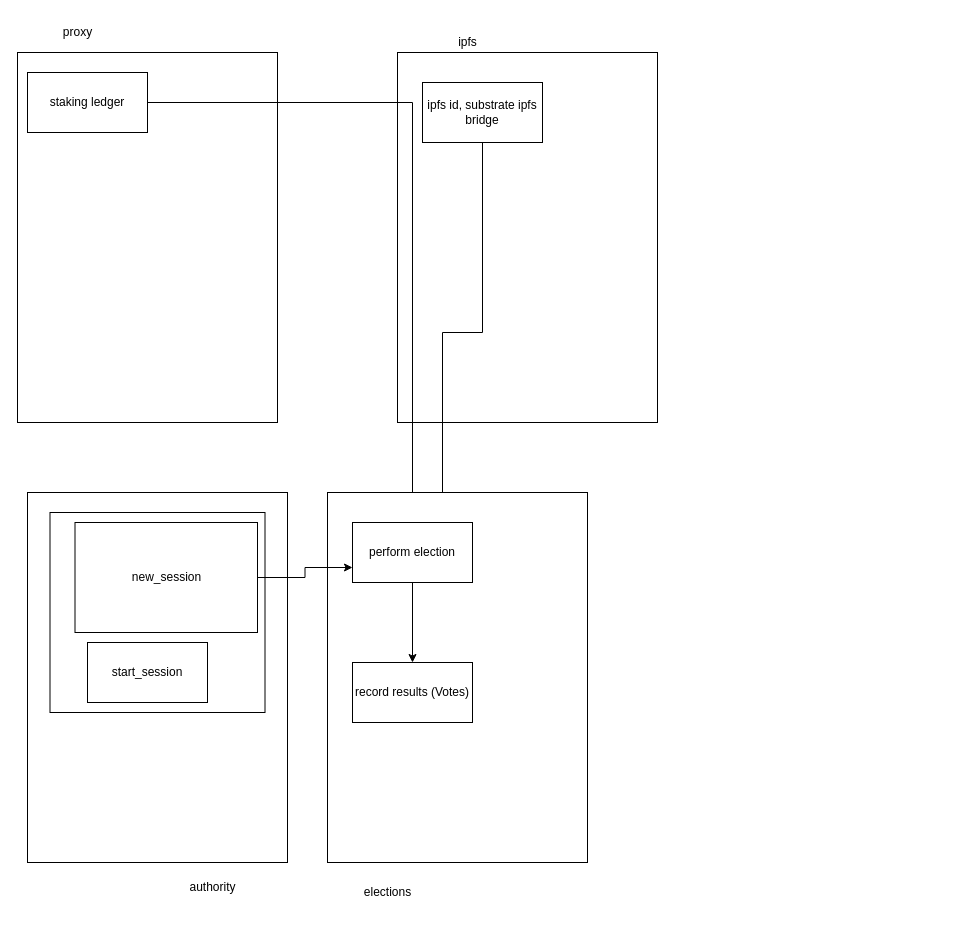
Above: docs/diagrams/sketch.drawio in ideal-lab5/iris (draw.io), before the change. Source tidied: cells renumbered, new cells numbered last; positions are measured from the earlier drawing's top-left corner, leaving out a move shared by most shapes. Both pictures are drawn from the tidied source at 100%, with x=0, y=0 at pixel (17, 17).
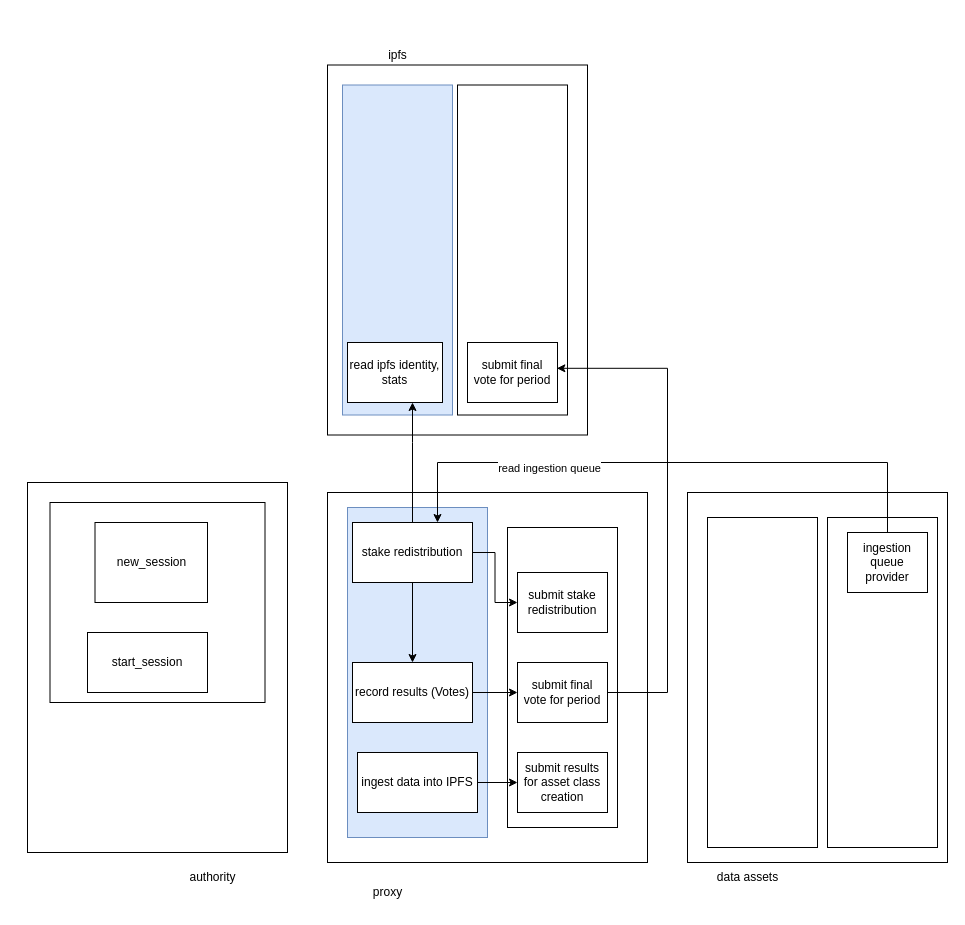
After the change.

The change refers to these unchanged cells:
```xml
<mxCell id="19" value="record results (Votes)" style="whiteSpace=wrap;html=1;" parent="1" vertex="1">
  <mxGeometry x="335" y="645" width="120" height="60" as="geometry" />
</mxCell>
```

What changed in the source:
```diff
@@
-    <mxCell id="2" style="rounded=0;whiteSpace=wrap;html=1;" parent="1" vertex="1">
-      <mxGeometry y="35" width="260" height="370" as="geometry" />
-    </mxCell>
     <mxCell id="3" style="rounded=0;whiteSpace=wrap;html=1;" parent="1" vertex="1">
-      <mxGeometry x="380" y="35" width="260" height="370" as="geometry" />
+      <mxGeometry x="310" y="47.5" width="260" height="370" as="geometry" />
     </mxCell>
-    <mxCell id="4" value="proxy" style="text;html=1;align=center;verticalAlign=middle;strokeColor=none;fillColor=none;" parent="1" vertex="1">
-      <mxGeometry x="35" width="50" height="30" as="geometry" />
-    </mxCell>
     <mxCell id="5" value="ipfs" style="text;html=1;align=center;verticalAlign=middle;strokeColor=none;fillColor=none;" parent="1" vertex="1">
-      <mxGeometry x="430" y="10" width="40" height="30" as="geometry" />
+      <mxGeometry x="360" y="22.5" width="40" height="30" as="geometry" />
     </mxCell>
     <mxCell id="6" style="rounded=0;whiteSpace=wrap;html=1;" parent="1" vertex="1">
-      <mxGeometry x="10" y="475" width="260" height="370" as="geometry" />
+      <mxGeometry x="10" y="465" width="260" height="370" as="geometry" />
     </mxCell>
     <mxCell id="7" value="authority" style="text;html=1;align=center;verticalAlign=middle;strokeColor=none;fillColor=none;" parent="1" vertex="1">
-      <mxGeometry x="160" y="855" width="70" height="30" as="geometry" />
+      <mxGeometry x="160" y="845" width="70" height="30" as="geometry" />
     </mxCell>
     <mxCell id="8" style="rounded=0;whiteSpace=wrap;html=1;" parent="1" vertex="1">
-      <mxGeometry x="32.5" y="495" width="215" height="200" as="geometry" />
+      <mxGeometry x="32.5" y="485" width="215" height="200" as="geometry" />
     </mxCell>
     <mxCell id="9" value="new_session" style="rounded=0;whiteSpace=wrap;html=1;" parent="1" vertex="1">
-      <mxGeometry x="57.5" y="505" width="182.5" height="110" as="geometry" />
+      <mxGeometry x="77.5" y="505" width="112.5" height="80" as="geometry" />
     </mxCell>
     <mxCell id="10" value="start_session" style="rounded=0;whiteSpace=wrap;html=1;" parent="1" vertex="1">
-      <mxGeometry x="70" y="625" width="120" height="60" as="geometry" />
+      <mxGeometry x="70" y="615" width="120" height="60" as="geometry" />
     </mxCell>
-    <mxCell id="11" style="edgeStyle=orthogonalEdgeStyle;rounded=0;jettySize=auto;html=1;entryX=0.75;entryY=0;entryDx=0;entryDy=0;" parent="1" edge="1" source="12" target="18">
-      <mxGeometry relative="1" as="geometry" />
-    </mxCell>
-    <mxCell id="12" value="ipfs id, substrate ipfs bridge" style="rounded=0;whiteSpace=wrap;html=1;" parent="1" vertex="1">
-      <mxGeometry x="405" y="65" width="120" height="60" as="geometry" />
-    </mxCell>
-    <mxCell id="13" style="edgeStyle=orthogonalEdgeStyle;rounded=0;jettySize=auto;html=1;" parent="1" edge="1" source="14" target="18">
-      <mxGeometry relative="1" as="geometry" />
-    </mxCell>
-    <mxCell id="14" value="staking ledger" style="rounded=0;whiteSpace=wrap;html=1;" parent="1" vertex="1">
-      <mxGeometry x="10" y="55" width="120" height="60" as="geometry" />
-    </mxCell>
     <mxCell id="15" style="rounded=0;whiteSpace=wrap;html=1;" parent="1" vertex="1">
-      <mxGeometry x="310" y="475" width="260" height="370" as="geometry" />
+      <mxGeometry x="310" y="475" width="320" height="370" as="geometry" />
     </mxCell>
-    <mxCell id="16" value="elections" style="text;html=1;align=center;verticalAlign=middle;strokeColor=none;fillColor=none;" parent="1" vertex="1">
-      <mxGeometry x="335" y="860" width="70" height="30" as="geometry" />
+    <mxCell id="16" value="proxy" style="text;html=1;align=center;verticalAlign=middle;strokeColor=none;fillColor=none;" parent="1" vertex="1">
+      <mxGeometry x="345" y="860" width="50" height="30" as="geometry" />
     </mxCell>
@@
+    <mxCell id="21" style="rounded=0;whiteSpace=wrap;html=1;fillColor=#dae8fc;strokeColor=#6c8ebf;" parent="1" vertex="1">
+      <mxGeometry x="330" y="490" width="140" height="330" as="geometry" />
+    </mxCell>
+    <mxCell id="22" style="rounded=0;whiteSpace=wrap;html=1;fillColor=#dae8fc;strokeColor=#6c8ebf;" parent="1" vertex="1">
+      <mxGeometry x="325" y="67.5" width="110" height="330" as="geometry" />
+    </mxCell>
+    <mxCell id="23" style="rounded=0;whiteSpace=wrap;html=1;" parent="1" vertex="1">
+      <mxGeometry x="440" y="67.5" width="110" height="330" as="geometry" />
+    </mxCell>
+    <mxCell id="24" style="edgeStyle=orthogonalEdgeStyle;rounded=0;jettySize=auto;html=1;" parent="1" edge="1" source="18" target="26">
+      <mxGeometry relative="1" as="geometry">
+        <Array as="points">
+          <mxPoint x="395" y="425" />
+          <mxPoint x="395" y="425" />
+        </Array>
+      </mxGeometry>
+    </mxCell>
+    <mxCell id="25" style="edgeStyle=orthogonalEdgeStyle;rounded=0;jettySize=auto;html=1;" parent="1" edge="1" source="18" target="19">
+      <mxGeometry relative="1" as="geometry" />
+    </mxCell>
-    <mxCell id="18" value="perform election" style="whiteSpace=wrap;html=1;" parent="1" vertex="1">
+    <mxCell id="18" value="stake redistribution" style="whiteSpace=wrap;html=1;" parent="1" vertex="1">
       <mxGeometry x="335" y="505" width="120" height="60" as="geometry" />
     </mxCell>
@@
-    <mxCell id="20" style="edgeStyle=orthogonalEdgeStyle;rounded=0;jettySize=auto;html=1;entryX=0;entryY=0.75;entryDx=0;entryDy=0;" parent="1" edge="1" source="9" target="18">
-      <mxGeometry relative="1" as="geometry" />
-    </mxCell>
+    <mxCell id="26" value="read ipfs identity, stats" style="whiteSpace=wrap;html=1;" parent="1" vertex="1">
+      <mxGeometry x="330" y="325" width="95" height="60" as="geometry" />
+    </mxCell>
+    <mxCell id="27" style="rounded=0;whiteSpace=wrap;html=1;" parent="1" vertex="1">
+      <mxGeometry x="670" y="475" width="260" height="370" as="geometry" />
+    </mxCell>
+    <mxCell id="28" style="rounded=0;whiteSpace=wrap;html=1;" parent="1" vertex="1">
+      <mxGeometry x="690" y="500" width="110" height="330" as="geometry" />
+    </mxCell>
+    <mxCell id="29" style="rounded=0;whiteSpace=wrap;html=1;" parent="1" vertex="1">
+      <mxGeometry x="810" y="500" width="110" height="330" as="geometry" />
+    </mxCell>
+    <mxCell id="30" value="ingestion queue provider" style="whiteSpace=wrap;html=1;" parent="1" vertex="1">
+      <mxGeometry x="830" y="515" width="80" height="60" as="geometry" />
+    </mxCell>
+    <mxCell id="31" style="rounded=0;whiteSpace=wrap;html=1;" parent="1" vertex="1">
+      <mxGeometry x="490" y="510" width="110" height="300" as="geometry" />
+    </mxCell>
+    <mxCell id="32" style="edgeStyle=orthogonalEdgeStyle;rounded=0;jettySize=auto;html=1;" parent="1" edge="1" source="30">
+      <mxGeometry relative="1" as="geometry">
+        <mxPoint x="420" y="505" as="targetPoint" />
+        <Array as="points">
+          <mxPoint x="870" y="445" />
+          <mxPoint x="420" y="445" />
+        </Array>
+      </mxGeometry>
+    </mxCell>
+    <mxCell id="33" value="read ingestion queue" style="edgeLabel;html=1;align=center;verticalAlign=middle;" parent="32" vertex="1">
+      <mxGeometry x="0.41" y="5" relative="1" as="geometry" />
+    </mxCell>
+    <mxCell id="34" value="submit stake&lt;br&gt;redistribution" style="whiteSpace=wrap;html=1;" parent="1" vertex="1">
+      <mxGeometry x="500" y="555" width="90" height="60" as="geometry" />
+    </mxCell>
+    <mxCell id="35" style="edgeStyle=orthogonalEdgeStyle;rounded=0;jettySize=auto;html=1;entryX=0;entryY=0.5;entryDx=0;entryDy=0;" parent="1" edge="1" source="18" target="34">
+      <mxGeometry relative="1" as="geometry" />
+    </mxCell>
+    <mxCell id="36" style="edgeStyle=orthogonalEdgeStyle;rounded=0;jettySize=auto;html=1;entryX=0.993;entryY=0.43;entryDx=0;entryDy=0;entryPerimeter=0;" parent="1" edge="1" source="37" target="39">
+      <mxGeometry relative="1" as="geometry">
+        <Array as="points">
+          <mxPoint x="650" y="675" />
+          <mxPoint x="650" y="351" />
+        </Array>
+      </mxGeometry>
+    </mxCell>
+    <mxCell id="37" value="submit final&lt;br&gt;vote for period" style="whiteSpace=wrap;html=1;" parent="1" vertex="1">
+      <mxGeometry x="500" y="645" width="90" height="60" as="geometry" />
+    </mxCell>
+    <mxCell id="38" style="edgeStyle=orthogonalEdgeStyle;rounded=0;jettySize=auto;html=1;" parent="1" edge="1" source="19" target="37">
+      <mxGeometry relative="1" as="geometry" />
+    </mxCell>
+    <mxCell id="39" value="submit final&lt;br&gt;vote for period" style="whiteSpace=wrap;html=1;" parent="1" vertex="1">
+      <mxGeometry x="450" y="325" width="90" height="60" as="geometry" />
+    </mxCell>
+    <mxCell id="40" value="data assets" style="text;html=1;align=center;verticalAlign=middle;strokeColor=none;fillColor=none;" parent="1" vertex="1">
+      <mxGeometry x="690" y="845" width="80" height="30" as="geometry" />
+    </mxCell>
+    <mxCell id="41" style="edgeStyle=orthogonalEdgeStyle;rounded=0;jettySize=auto;html=1;" parent="1" edge="1" source="42" target="43">
+      <mxGeometry relative="1" as="geometry" />
+    </mxCell>
+    <mxCell id="42" value="ingest data into IPFS" style="whiteSpace=wrap;html=1;" parent="1" vertex="1">
+      <mxGeometry x="340" y="735" width="120" height="60" as="geometry" />
+    </mxCell>
+    <mxCell id="43" value="submit results for asset class creation" style="whiteSpace=wrap;html=1;" parent="1" vertex="1">
+      <mxGeometry x="500" y="735" width="90" height="60" as="geometry" />
+    </mxCell>
```
